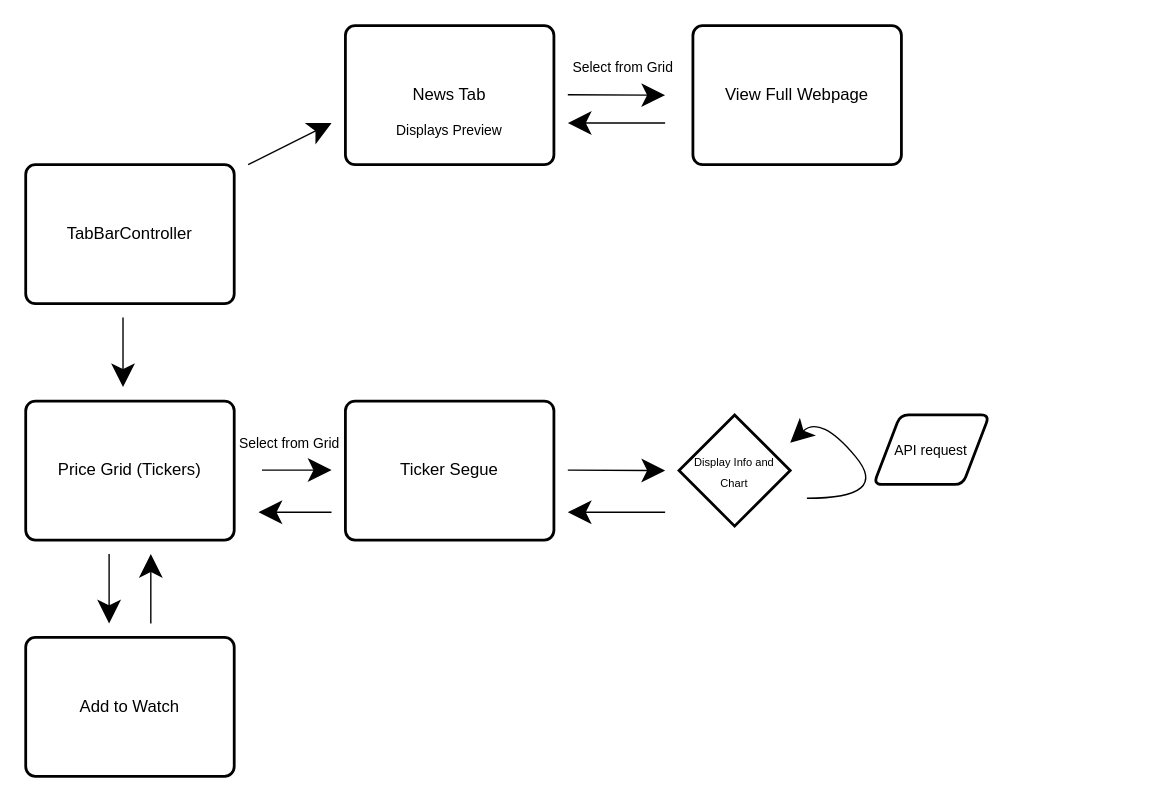
Before: app_specifications/user_flow_diagram.drawio in alexander-bui/cosc4355_ios_app_project, a draw.io diagram. Source tidied: cells renumbered, new cells numbered last; positions are measured from the earlier drawing's top-left corner, leaving out a move shared by most shapes. Both pictures are drawn from the tidied source at 139%, with x=0, y=0 at pixel (25, 25).
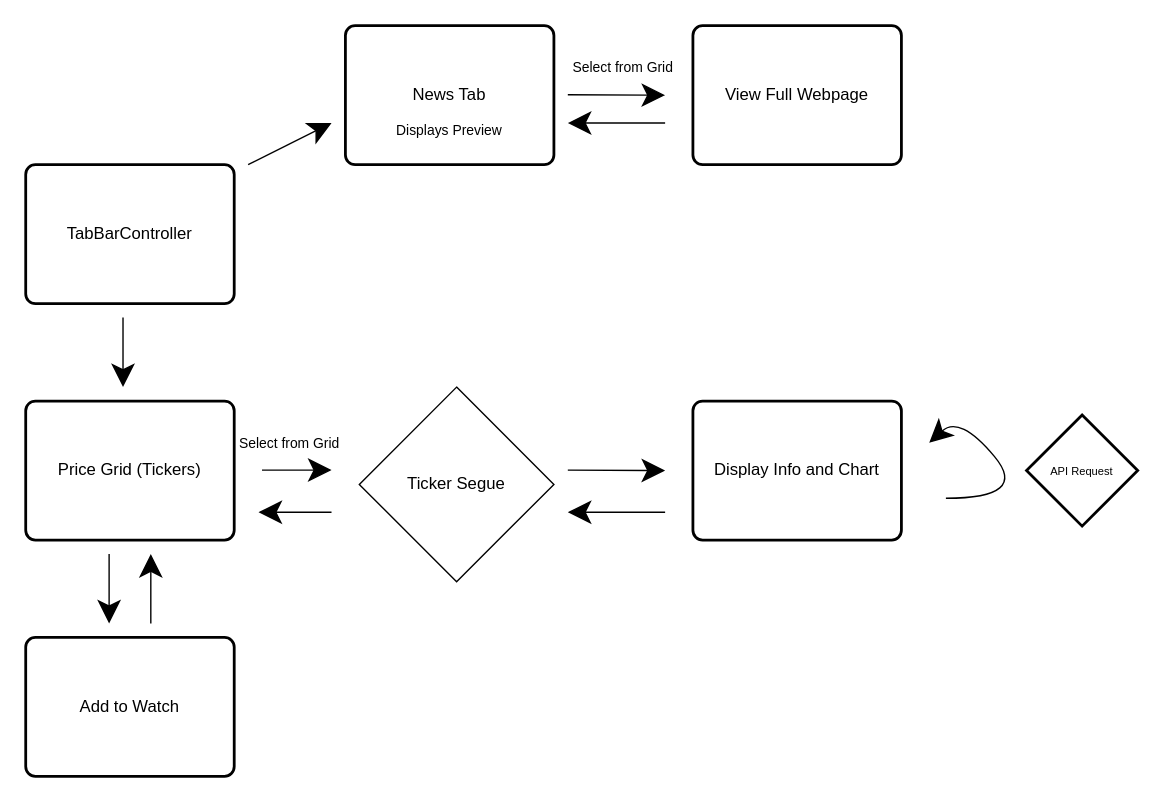
The same diagram, later.

Diff of the diagram source:
```diff
@@
-    <mxCell id="2" value="Ticker Segue" style="rounded=1;whiteSpace=wrap;html=1;absoluteArcSize=1;arcSize=14;strokeWidth=2;hachureGap=4;" parent="1" vertex="1">
-      <mxGeometry x="230" y="270" width="150" height="100" as="geometry" />
-    </mxCell>
@@
-    <mxCell id="7" value="&lt;font&gt;&lt;font style=&quot;font-size: 8px&quot;&gt;Display Info and Chart&lt;/font&gt;&lt;br&gt;&lt;/font&gt;" style="strokeWidth=2;html=1;shape=mxgraph.flowchart.decision;whiteSpace=wrap;hachureGap=4;" parent="1" vertex="1">
-      <mxGeometry x="470" y="280" width="80" height="80" as="geometry" />
-    </mxCell>
@@
     <mxCell id="9" style="curved=1;endArrow=classic;html=1;startSize=14;endSize=14;sourcePerimeterSpacing=8;targetPerimeterSpacing=8;" parent="1" edge="1">
       <mxGeometry relative="1" as="geometry">
-        <mxPoint x="562" y="340" as="sourcePoint" />
-        <mxPoint x="550" y="300" as="targetPoint" />
+        <mxPoint x="662" y="340" as="sourcePoint" />
+        <mxPoint x="650" y="300" as="targetPoint" />
         <Array as="points">
-          <mxPoint x="622" y="340" />
-          <mxPoint x="572" y="280" />
+          <mxPoint x="722" y="340" />
+          <mxPoint x="672" y="280" />
         </Array>
       </mxGeometry>
     </mxCell>
-    <mxCell id="10" value="&lt;font style=&quot;font-size: 10px&quot;&gt;API request&lt;/font&gt;" style="shape=parallelogram;html=1;strokeWidth=2;perimeter=parallelogramPerimeter;whiteSpace=wrap;rounded=1;arcSize=12;size=0.23;hachureGap=4;" parent="1" vertex="1">
-      <mxGeometry x="610" y="280" width="83.3" height="50" as="geometry" />
-    </mxCell>
@@
+    <mxCell id="2" value="Ticker Segue" style="rhombus;whiteSpace=wrap;html=1;" parent="1" vertex="1">
+      <mxGeometry x="240" y="260" width="140" height="140" as="geometry" />
+    </mxCell>
+    <mxCell id="24" value="&lt;font&gt;&lt;font style=&quot;font-size: 8px&quot;&gt;API Request&lt;/font&gt;&lt;br&gt;&lt;/font&gt;" style="strokeWidth=2;html=1;shape=mxgraph.flowchart.decision;whiteSpace=wrap;hachureGap=4;" parent="1" vertex="1">
+      <mxGeometry x="720" y="280" width="80" height="80" as="geometry" />
+    </mxCell>
+    <mxCell id="7" value="Display Info and Chart" style="rounded=1;whiteSpace=wrap;html=1;absoluteArcSize=1;arcSize=14;strokeWidth=2;hachureGap=4;" parent="1" vertex="1">
+      <mxGeometry x="480" y="270" width="150" height="100" as="geometry" />
+    </mxCell>
```
